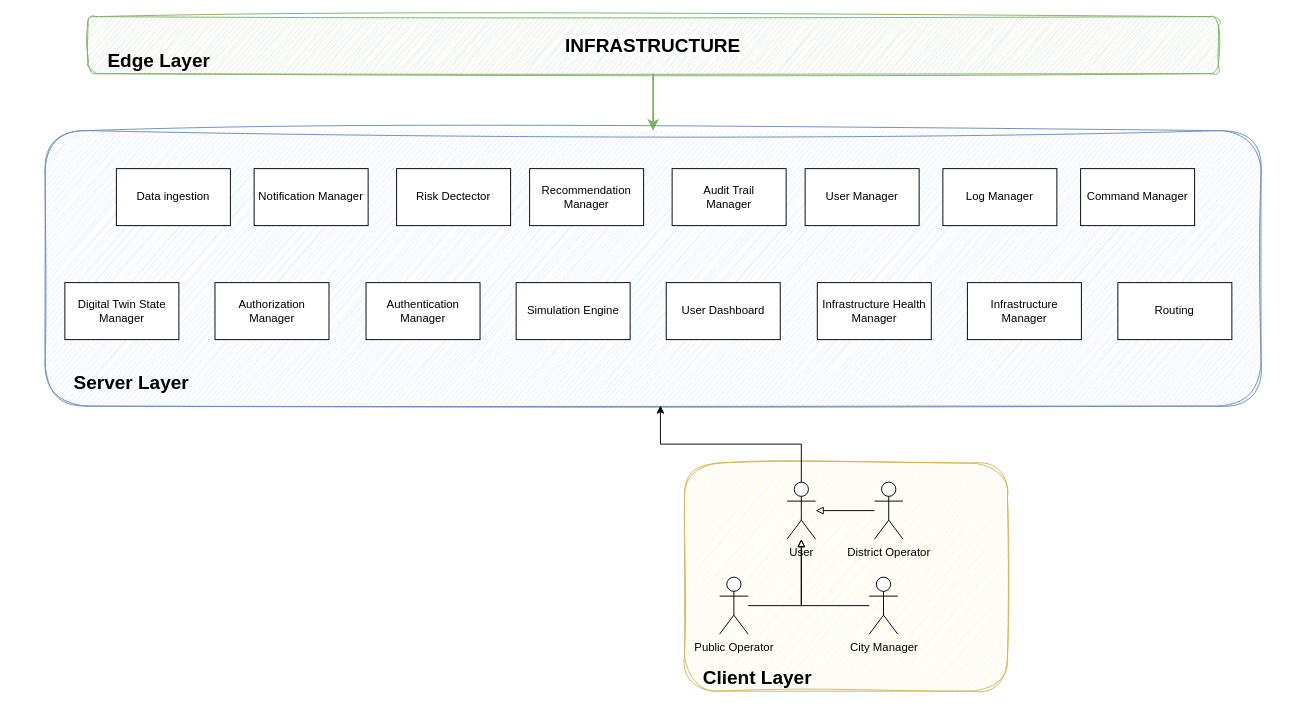
BryantSarabia/SA-ADR keeps this draw.io diagram as page "high level view" (1 of 6) of diagrams/high-level-design-v2.drawio. Above is the earlier version. Source tidied: cells renumbered, new cells numbered last; positions are measured from the earlier drawing's top-left corner, leaving out a move shared by most shapes. Both pictures are drawn from the tidied source at 95%, with x=0, y=0 at pixel (45, 16).
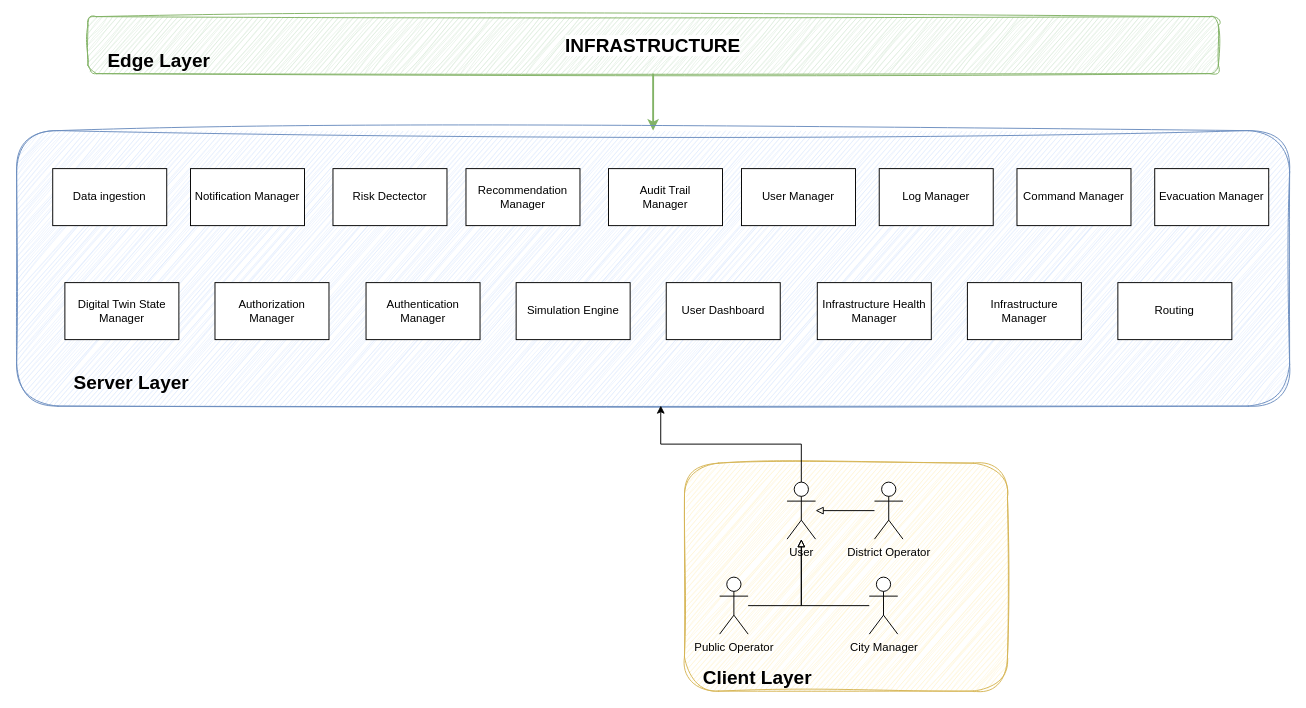
Above is the later version.

Commit message (it also covers changes not shown here):
Update high-level design diagram: Adjust dimensions and positions of components, add Evacuation Manager and related microservices

The edit, as a diff of the source:
```diff
@@
     <mxCell id="4" style="rounded=1;whiteSpace=wrap;html=1;fillColor=#dae8fc;strokeColor=#6c8ebf;sketch=1;curveFitting=1;jiggle=2;" parent="1" vertex="1">
-      <mxGeometry y="120" width="1280" height="290" as="geometry" />
+      <mxGeometry x="-30" y="120" width="1340" height="290" as="geometry" />
     </mxCell>
     <mxCell id="5" value="Data ingestion" style="rounded=0;whiteSpace=wrap;html=1;" parent="1" vertex="1">
-      <mxGeometry x="75" y="160" width="120" height="60" as="geometry" />
+      <mxGeometry x="8" y="160" width="120" height="60" as="geometry" />
     </mxCell>
@@
     <mxCell id="7" value="Recommendation Manager" style="rounded=0;whiteSpace=wrap;html=1;" parent="1" vertex="1">
-      <mxGeometry x="510" y="160" width="120" height="60" as="geometry" />
+      <mxGeometry x="443" y="160" width="120" height="60" as="geometry" />
     </mxCell>
     <mxCell id="8" value="Log Manager" style="rounded=0;whiteSpace=wrap;html=1;" parent="1" vertex="1">
-      <mxGeometry x="945" y="160" width="120" height="60" as="geometry" />
+      <mxGeometry x="878" y="160" width="120" height="60" as="geometry" />
     </mxCell>
     <mxCell id="9" value="Audit Trail&lt;div&gt;Manager&lt;/div&gt;" style="rounded=0;whiteSpace=wrap;html=1;" parent="1" vertex="1">
-      <mxGeometry x="660" y="160" width="120" height="60" as="geometry" />
+      <mxGeometry x="593" y="160" width="120" height="60" as="geometry" />
     </mxCell>
     <mxCell id="10" value="Risk Dectector" style="rounded=0;whiteSpace=wrap;html=1;" parent="1" vertex="1">
-      <mxGeometry x="370" y="160" width="120" height="60" as="geometry" />
+      <mxGeometry x="303" y="160" width="120" height="60" as="geometry" />
     </mxCell>
     <mxCell id="11" value="Command Manager" style="rounded=0;whiteSpace=wrap;html=1;" parent="1" vertex="1">
-      <mxGeometry x="1090" y="160" width="120" height="60" as="geometry" />
+      <mxGeometry x="1023" y="160" width="120" height="60" as="geometry" />
     </mxCell>
@@
     <mxCell id="13" value="Notification Manager" style="rounded=0;whiteSpace=wrap;html=1;" parent="1" vertex="1">
-      <mxGeometry x="220" y="160" width="120" height="60" as="geometry" />
+      <mxGeometry x="153" y="160" width="120" height="60" as="geometry" />
     </mxCell>
     <mxCell id="14" value="User Manager" style="rounded=0;whiteSpace=wrap;html=1;" parent="1" vertex="1">
-      <mxGeometry x="800" y="160" width="120" height="60" as="geometry" />
+      <mxGeometry x="733" y="160" width="120" height="60" as="geometry" />
     </mxCell>
@@
+    <mxCell id="34" value="Evacuation Manager" style="rounded=0;whiteSpace=wrap;html=1;" parent="1" vertex="1">
+      <mxGeometry x="1168" y="160" width="120" height="60" as="geometry" />
+    </mxCell>
```
